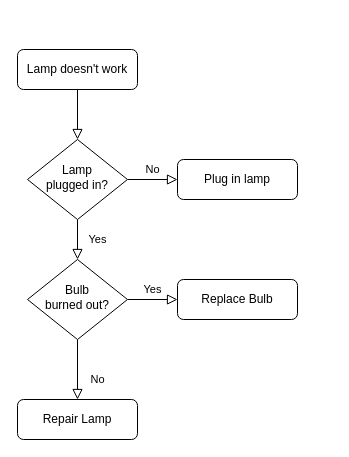
This is Java-Group-Work.drawio from andylovecloud/Java, a draw.io file, before an edit. Source tidied: cells renumbered, new cells numbered last; positions are measured from the earlier drawing's top-left corner, leaving out a move shared by most shapes. Both pictures are drawn from the tidied source at 100%, with x=0, y=0 at pixel (17, 49).
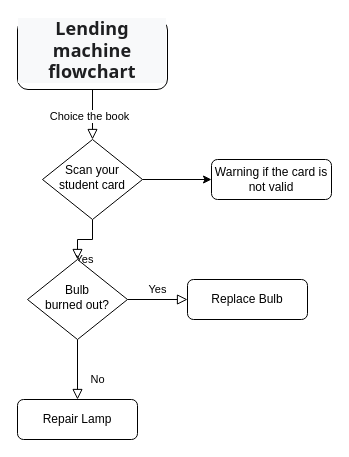
Above is the later version.

Change to the diagram source:
```diff
@@
 <mxGraphModel>
   <root>
     <mxCell id="0" />
     <mxCell id="1" parent="0" />
     <mxCell id="2" style="rounded=0;html=1;jettySize=auto;fontSize=11;endArrow=block;endFill=0;endSize=8;strokeWidth=1;shadow=0;labelBackgroundColor=none;edgeStyle=orthogonalEdgeStyle;" parent="1" edge="1" source="3" target="6">
       <mxGeometry relative="1" as="geometry" />
     </mxCell>
+    <mxCell id="13" value="Choice the book" style="edgeLabel;html=1;align=center;verticalAlign=middle;" parent="2" vertex="1">
+      <mxGeometry x="0.04" y="-4" relative="1" as="geometry" />
+    </mxCell>
-    <mxCell id="3" value="Lamp doesn't work" style="rounded=1;whiteSpace=wrap;html=1;fontSize=12;glass=0;strokeWidth=1;shadow=0;" parent="1" vertex="1">
-      <mxGeometry width="120" height="40" as="geometry" />
+    <mxCell id="3" value="&lt;h4 style=&quot;box-sizing: border-box; margin-top: 0px; margin-bottom: 0.5rem; line-height: 1.2; font-size: 18px; font-family: &amp;quot;Noto Sans&amp;quot;, -apple-system, BlinkMacSystemFont, &amp;quot;Segoe UI&amp;quot;, &amp;quot;Helvetica Neue&amp;quot;, Arial, sans-serif, &amp;quot;Apple Color Emoji&amp;quot;, &amp;quot;Segoe UI Emoji&amp;quot;, &amp;quot;Segoe UI Symbol&amp;quot;; color: rgb(30, 31, 33); letter-spacing: 0.1px; background-color: rgb(248, 249, 250);&quot; id=&quot;yui_3_17_2_1_1693217284530_504&quot;&gt;Lending machine flowchart&lt;/h4&gt;" style="rounded=1;whiteSpace=wrap;html=1;fontSize=12;glass=0;strokeWidth=1;shadow=0;align=center;" parent="1" vertex="1">
+      <mxGeometry y="-30" width="150" height="70" as="geometry" />
     </mxCell>
     <mxCell id="4" value="Yes" style="rounded=0;html=1;jettySize=auto;fontSize=11;endArrow=block;endFill=0;endSize=8;strokeWidth=1;shadow=0;labelBackgroundColor=none;edgeStyle=orthogonalEdgeStyle;" parent="1" edge="1" source="6" target="10">
       <mxGeometry y="20" relative="1" as="geometry" />
     </mxCell>
-    <mxCell id="5" value="No" style="edgeStyle=orthogonalEdgeStyle;rounded=0;html=1;jettySize=auto;fontSize=11;endArrow=block;endFill=0;endSize=8;strokeWidth=1;shadow=0;labelBackgroundColor=none;" parent="1" edge="1" source="6" target="7">
-      <mxGeometry y="10" relative="1" as="geometry" />
-    </mxCell>
+    <mxCell id="14" style="edgeStyle=orthogonalEdgeStyle;rounded=0;jettySize=auto;html=1;" parent="1" edge="1" source="6" target="15">
+      <mxGeometry relative="1" as="geometry" />
+    </mxCell>
-    <mxCell id="6" value="Lamp&lt;br&gt;plugged in?" style="rhombus;whiteSpace=wrap;html=1;shadow=0;fontFamily=Helvetica;fontSize=12;align=center;strokeWidth=1;spacing=6;spacingTop=-4;" parent="1" vertex="1">
-      <mxGeometry x="10" y="90" width="100" height="80" as="geometry" />
+    <mxCell id="6" value="Scan your student card" style="rhombus;whiteSpace=wrap;html=1;shadow=0;fontFamily=Helvetica;fontSize=12;align=center;strokeWidth=1;spacing=6;spacingTop=-4;" parent="1" vertex="1">
+      <mxGeometry x="25" y="90" width="100" height="80" as="geometry" />
     </mxCell>
-    <mxCell id="7" value="Plug in lamp" style="rounded=1;whiteSpace=wrap;html=1;fontSize=12;glass=0;strokeWidth=1;shadow=0;" parent="1" vertex="1">
-      <mxGeometry x="160" y="110" width="120" height="40" as="geometry" />
-    </mxCell>
     <mxCell id="8" value="No" style="rounded=0;html=1;jettySize=auto;fontSize=11;endArrow=block;endFill=0;endSize=8;strokeWidth=1;shadow=0;labelBackgroundColor=none;edgeStyle=orthogonalEdgeStyle;" parent="1" edge="1" source="10" target="11">
       <mxGeometry x="0.33" y="20" relative="1" as="geometry" />
     </mxCell>
     <mxCell id="9" value="Yes" style="edgeStyle=orthogonalEdgeStyle;rounded=0;html=1;jettySize=auto;fontSize=11;endArrow=block;endFill=0;endSize=8;strokeWidth=1;shadow=0;labelBackgroundColor=none;" parent="1" edge="1" source="10" target="12">
       <mxGeometry y="10" relative="1" as="geometry" />
     </mxCell>
     <mxCell id="10" value="Bulb&lt;br&gt;burned out?" style="rhombus;whiteSpace=wrap;html=1;shadow=0;fontFamily=Helvetica;fontSize=12;align=center;strokeWidth=1;spacing=6;spacingTop=-4;" parent="1" vertex="1">
       <mxGeometry x="10" y="210" width="100" height="80" as="geometry" />
     </mxCell>
     <mxCell id="11" value="Repair Lamp" style="rounded=1;whiteSpace=wrap;html=1;fontSize=12;glass=0;strokeWidth=1;shadow=0;" parent="1" vertex="1">
       <mxGeometry y="350" width="120" height="40" as="geometry" />
     </mxCell>
     <mxCell id="12" value="Replace Bulb" style="rounded=1;whiteSpace=wrap;html=1;fontSize=12;glass=0;strokeWidth=1;shadow=0;" parent="1" vertex="1">
-      <mxGeometry x="160" y="230" width="120" height="40" as="geometry" />
+      <mxGeometry x="170" y="230" width="120" height="40" as="geometry" />
     </mxCell>
+    <mxCell id="15" value="Warning if the card is not valid" style="rounded=1;whiteSpace=wrap;html=1;fontSize=12;glass=0;strokeWidth=1;shadow=0;" parent="1" vertex="1">
+      <mxGeometry x="194" y="110" width="120" height="40" as="geometry" />
+    </mxCell>
   </root>
 </mxGraphModel>
```
